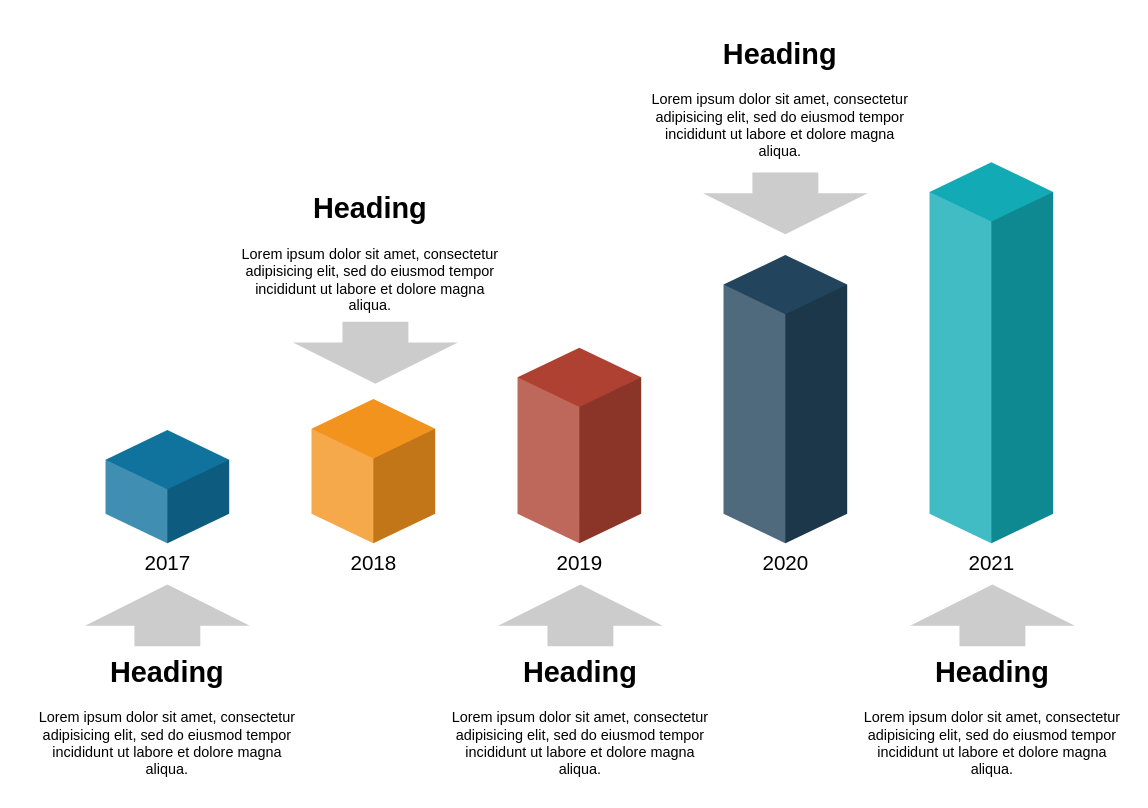
jinkyky/MachineLearning_Python keeps this draw.io diagram as 未命名绘图.drawio. Above is the earlier version. Source tidied: cells renumbered, new cells numbered last; positions are measured from the earlier drawing's top-left corner, leaving out a move shared by most shapes. Both pictures are drawn from the tidied source at 103%, with x=0, y=0 at pixel (28, 28).
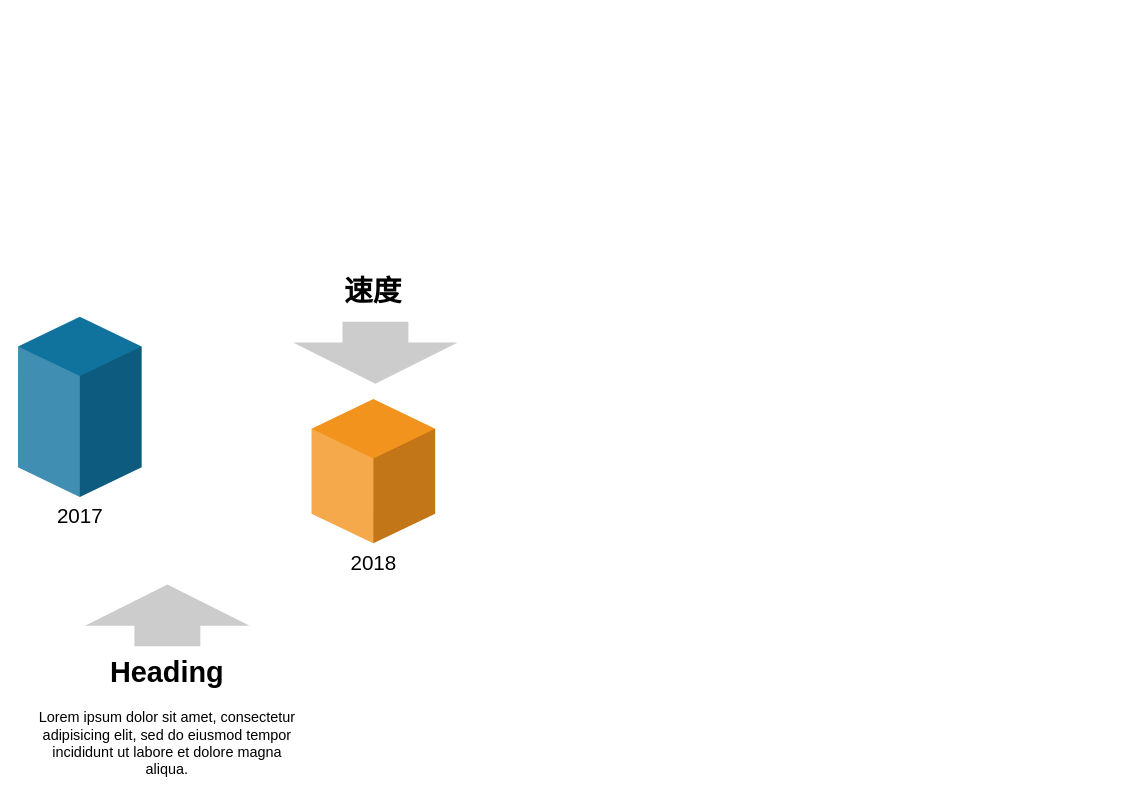
The same page after the edit.

Commit message:
更新未命名绘图.drawio

What changed in the source:
```diff
@@
 <mxGraphModel>
   <root>
     <mxCell id="0" />
     <mxCell id="1" parent="0" />
     <mxCell id="2" style="html=1;shadow=0;dashed=0;align=center;verticalAlign=middle;shape=mxgraph.arrows2.arrow;dy=0.6;dx=40;direction=north;notch=0;strokeWidth=2;fillColor=#CCCCCC;fontSize=14;fontColor=#000000;strokeColor=none;" parent="1" vertex="1">
       <mxGeometry x="55" y="540" width="160" height="60" as="geometry" />
     </mxCell>
     <mxCell id="3" value="2017" style="verticalLabelPosition=bottom;verticalAlign=top;html=1;shape=mxgraph.infographic.shadedCube;isoAngle=15;fillColor=#10739E;strokeColor=none;fontFamily=Helvetica;fontSize=20;align=center;strokeWidth=2;" parent="1" vertex="1">
-      <mxGeometry x="75" y="390" width="120" height="110" as="geometry" />
+      <mxGeometry x="-10" y="280" width="120" height="175" as="geometry" />
     </mxCell>
     <mxCell id="4" value="2018" style="verticalLabelPosition=bottom;verticalAlign=top;html=1;shape=mxgraph.infographic.shadedCube;isoAngle=15;fillColor=#F2931E;strokeColor=none;fontFamily=Helvetica;fontSize=20;align=center;strokeWidth=2;" parent="1" vertex="1">
       <mxGeometry x="275" y="360" width="120" height="140" as="geometry" />
     </mxCell>
-    <mxCell id="5" value="2019" style="verticalLabelPosition=bottom;verticalAlign=top;html=1;shape=mxgraph.infographic.shadedCube;isoAngle=15;fillColor=#AE4132;strokeColor=none;fontFamily=Helvetica;fontSize=20;align=center;strokeWidth=2;" parent="1" vertex="1">
-      <mxGeometry x="475" y="310" width="120" height="190" as="geometry" />
-    </mxCell>
-    <mxCell id="6" value="2020" style="verticalLabelPosition=bottom;verticalAlign=top;html=1;shape=mxgraph.infographic.shadedCube;isoAngle=15;fillColor=#23445D;strokeColor=none;fontFamily=Helvetica;fontSize=20;align=center;strokeWidth=2;" parent="1" vertex="1">
-      <mxGeometry x="675" y="220" width="120" height="280" as="geometry" />
-    </mxCell>
-    <mxCell id="7" value="2021" style="verticalLabelPosition=bottom;verticalAlign=top;html=1;shape=mxgraph.infographic.shadedCube;isoAngle=15;fillColor=#12AAB5;strokeColor=none;fontFamily=Helvetica;fontSize=20;align=center;strokeWidth=2;" parent="1" vertex="1">
-      <mxGeometry x="875" y="130" width="120" height="370" as="geometry" />
-    </mxCell>
     <mxCell id="8" value="&lt;h1&gt;Heading&lt;/h1&gt;&lt;p&gt;Lorem ipsum dolor sit amet, consectetur adipisicing elit, sed do eiusmod tempor incididunt ut labore et dolore magna aliqua.&lt;/p&gt;" style="text;html=1;spacing=5;spacingTop=-20;whiteSpace=wrap;overflow=hidden;strokeWidth=2;fillColor=none;gradientColor=none;fontSize=14;align=center;" parent="1" vertex="1">
       <mxGeometry y="600" width="270" height="140" as="geometry" />
     </mxCell>
-    <mxCell id="9" value="&lt;h1&gt;Heading&lt;/h1&gt;&lt;p&gt;Lorem ipsum dolor sit amet, consectetur adipisicing elit, sed do eiusmod tempor incididunt ut labore et dolore magna aliqua.&lt;/p&gt;" style="text;html=1;spacing=5;spacingTop=-20;whiteSpace=wrap;overflow=hidden;strokeWidth=2;fillColor=none;gradientColor=none;fontSize=14;align=center;" parent="1" vertex="1">
-      <mxGeometry x="197" y="150" width="270" height="140" as="geometry" />
+    <mxCell id="9" value="&lt;h1&gt;速度&lt;/h1&gt;" style="text;html=1;spacing=5;spacingTop=-20;whiteSpace=wrap;overflow=hidden;strokeWidth=2;fillColor=none;gradientColor=none;fontSize=14;align=center;" parent="1" vertex="1">
+      <mxGeometry x="200" y="230" width="270" height="140" as="geometry" />
     </mxCell>
-    <mxCell id="10" value="&lt;h1&gt;Heading&lt;/h1&gt;&lt;p&gt;Lorem ipsum dolor sit amet, consectetur adipisicing elit, sed do eiusmod tempor incididunt ut labore et dolore magna aliqua.&lt;/p&gt;" style="text;html=1;spacing=5;spacingTop=-20;whiteSpace=wrap;overflow=hidden;strokeWidth=2;fillColor=none;gradientColor=none;fontSize=14;align=center;" parent="1" vertex="1">
-      <mxGeometry x="401" y="600" width="270" height="140" as="geometry" />
-    </mxCell>
-    <mxCell id="11" value="&lt;h1&gt;Heading&lt;/h1&gt;&lt;p&gt;Lorem ipsum dolor sit amet, consectetur adipisicing elit, sed do eiusmod tempor incididunt ut labore et dolore magna aliqua.&lt;/p&gt;" style="text;html=1;spacing=5;spacingTop=-20;whiteSpace=wrap;overflow=hidden;strokeWidth=2;fillColor=none;gradientColor=none;fontSize=14;align=center;" parent="1" vertex="1">
-      <mxGeometry x="801" y="600" width="270" height="140" as="geometry" />
-    </mxCell>
-    <mxCell id="12" value="&lt;h1&gt;Heading&lt;/h1&gt;&lt;p&gt;Lorem ipsum dolor sit amet, consectetur adipisicing elit, sed do eiusmod tempor incididunt ut labore et dolore magna aliqua.&lt;/p&gt;" style="text;html=1;spacing=5;spacingTop=-20;whiteSpace=wrap;overflow=hidden;strokeWidth=2;fillColor=none;gradientColor=none;fontSize=14;align=center;" parent="1" vertex="1">
-      <mxGeometry x="595" width="270" height="140" as="geometry" />
-    </mxCell>
-    <mxCell id="13" style="html=1;shadow=0;dashed=0;align=center;verticalAlign=middle;shape=mxgraph.arrows2.arrow;dy=0.6;dx=40;direction=north;notch=0;strokeWidth=2;fillColor=#CCCCCC;fontSize=14;fontColor=#000000;strokeColor=none;" parent="1" vertex="1">
-      <mxGeometry x="456" y="540" width="160" height="60" as="geometry" />
-    </mxCell>
-    <mxCell id="14" style="html=1;shadow=0;dashed=0;align=center;verticalAlign=middle;shape=mxgraph.arrows2.arrow;dy=0.6;dx=40;direction=north;notch=0;strokeWidth=2;fillColor=#CCCCCC;fontSize=14;fontColor=#000000;strokeColor=none;" parent="1" vertex="1">
-      <mxGeometry x="856" y="540" width="160" height="60" as="geometry" />
-    </mxCell>
     <mxCell id="15" style="html=1;shadow=0;dashed=0;align=center;verticalAlign=middle;shape=mxgraph.arrows2.arrow;dy=0.6;dx=40;direction=north;notch=0;strokeWidth=2;fillColor=#CCCCCC;fontSize=14;fontColor=#000000;strokeColor=none;flipV=1;" parent="1" vertex="1">
       <mxGeometry x="257" y="285" width="160" height="60" as="geometry" />
     </mxCell>
-    <mxCell id="16" style="html=1;shadow=0;dashed=0;align=center;verticalAlign=middle;shape=mxgraph.arrows2.arrow;dy=0.6;dx=40;direction=north;notch=0;strokeWidth=2;fillColor=#CCCCCC;fontSize=14;fontColor=#000000;strokeColor=none;flipV=1;" parent="1" vertex="1">
-      <mxGeometry x="655" y="140" width="160" height="60" as="geometry" />
-    </mxCell>
   </root>
 </mxGraphModel>
```
